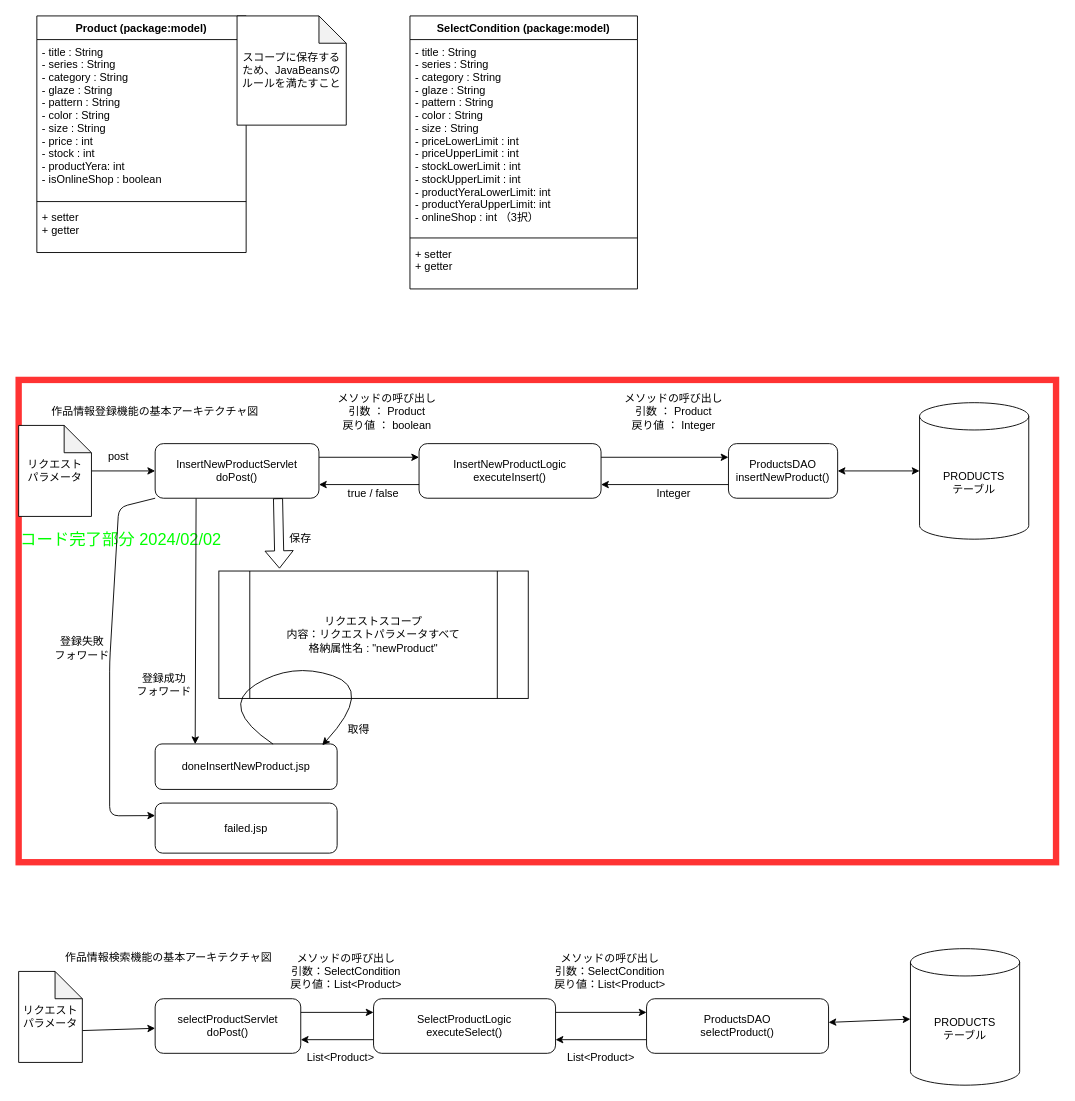
Before: 修了自主制作資料/基本アーキテクチャ図.drawio in k-kubota-8/ceramic_DB, a draw.io diagram. Source tidied: cells renumbered, new cells numbered last; positions are measured from the earlier drawing's top-left corner, leaving out a move shared by most shapes. Both pictures are drawn from the tidied source at 91%, with x=0, y=0 at pixel (18, 15).
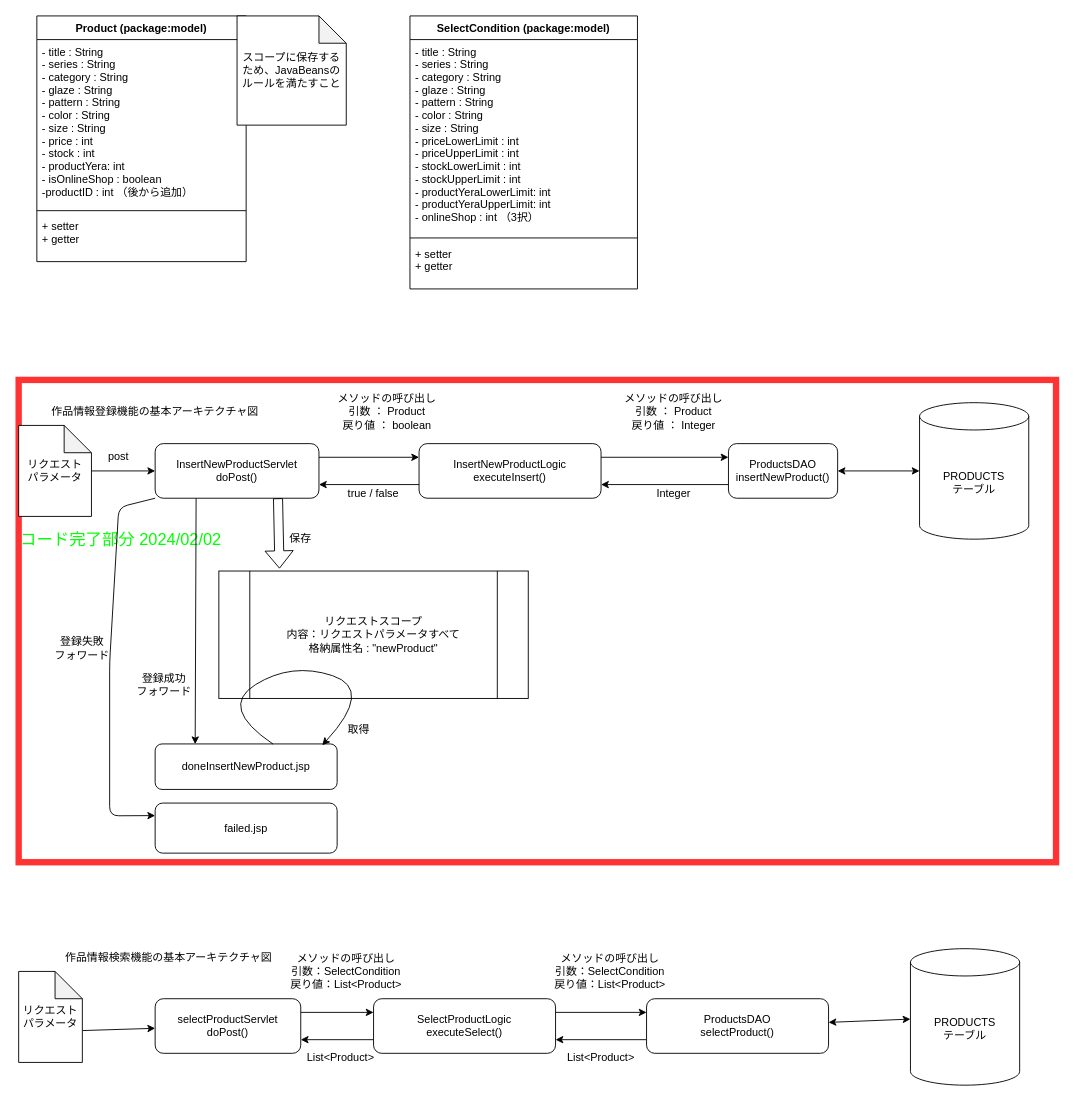
The same page after the edit.

Diff of the diagram source:
```diff
@@
     <mxCell id="13" value="Product (package:model)" style="swimlane;fontStyle=1;align=center;verticalAlign=top;horizontal=1;startSize=26;" parent="1" vertex="1">
-      <mxGeometry x="20" width="230" height="260" as="geometry" />
+      <mxGeometry x="20" width="230" height="270" as="geometry" />
     </mxCell>
-    <mxCell id="14" value="- title : String&#10;- series : String&#10;- category : String&#10;- glaze : String&#10;- pattern : String&#10;- color : String&#10;- size : String&#10;- price : int&#10;- stock : int&#10;- productYera: int&#10;- isOnlineShop : boolean" style="text;strokeColor=none;fillColor=none;align=left;verticalAlign=top;spacingLeft=4;spacingRight=4;overflow=hidden;" parent="13" vertex="1">
-      <mxGeometry y="26" width="230" height="174" as="geometry" />
+    <mxCell id="14" value="- title : String&#10;- series : String&#10;- category : String&#10;- glaze : String&#10;- pattern : String&#10;- color : String&#10;- size : String&#10;- price : int&#10;- stock : int&#10;- productYera: int&#10;- isOnlineShop : boolean&#10;-productID : int （後から追加）" style="text;strokeColor=none;fillColor=none;align=left;verticalAlign=top;spacingLeft=4;spacingRight=4;overflow=hidden;" parent="13" vertex="1">
+      <mxGeometry y="26" width="230" height="184" as="geometry" />
     </mxCell>
     <mxCell id="15" style="line;strokeWidth=1;fillColor=none;align=left;verticalAlign=middle;spacingTop=-1;spacingLeft=3;spacingRight=3;labelPosition=right;strokeColor=inherit;" parent="13" vertex="1">
-      <mxGeometry y="200" width="230" height="8" as="geometry" />
+      <mxGeometry y="210" width="230" height="8" as="geometry" />
     </mxCell>
     <mxCell id="16" value="+ setter&#10;+ getter" style="text;strokeColor=none;fillColor=none;align=left;verticalAlign=top;spacingLeft=4;spacingRight=4;overflow=hidden;" parent="13" vertex="1">
-      <mxGeometry y="208" width="230" height="52" as="geometry" />
+      <mxGeometry y="218" width="230" height="52" as="geometry" />
     </mxCell>
```
